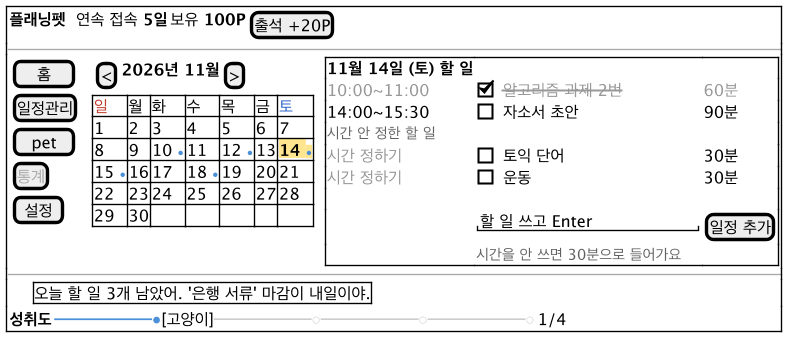
Above: docs/diagrams/ui-main.png in 2026-2-software-system-design-11/planning-pet-app (PlantUML), before the change.
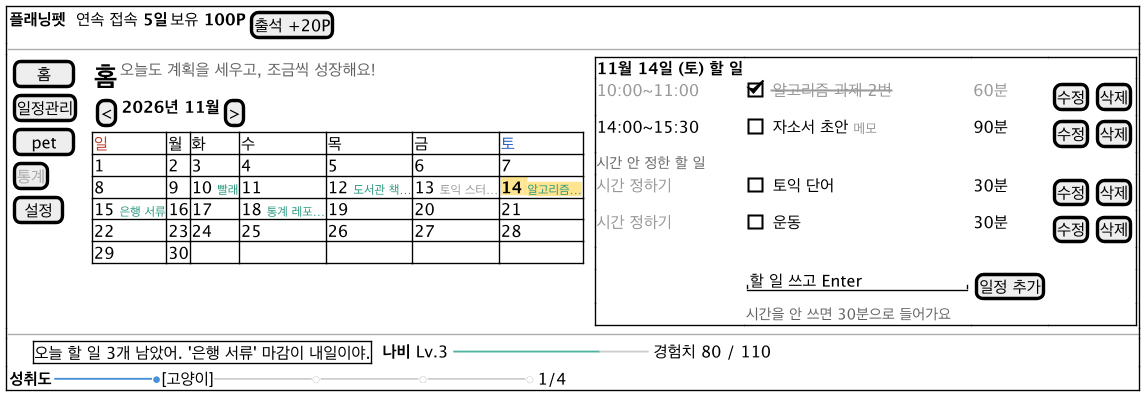
Later version of the same file.

Diff of the diagram source:
```diff
@@ -12,30 +12,31 @@
       [ 설정 ]
     } | . |
     {
+      { <size:20><b>홈</b></size> | <color:#666666>오늘도 계획을 세우고, 조금씩 성장해요!</color> }
       { [<] | <b>2026년 11월</b> | [>] }
       {#
         <color:#C0392B>일 | 월 | 화 | 수 | 목 | 금 | <color:#2E64C8>토
         1  | 2  | 3  | 4  | 5  | 6  | 7
-        8  | 9  | 10 <size:8><color:#4A90D9>●</color></size> | 11 | 12 <size:8><color:#4A90D9>●</color></size> | 13 | <back:#FFE58F><b>14 <size:8><color:#4A90D9>●</color></size></b></back>
-        15 <size:8><color:#4A90D9>●</color></size> | 16 | 17 | 18 <size:8><color:#4A90D9>●</color></size> | 19 | 20 | 21
+        8  | 9  | 10 <size:9><color:#28977F>빨래</color></size> | 11 | 12 <size:9><color:#28977F>도서관 책…</color></size> | 13 <size:9><color:#999999>토익 스터…</color></size> | <back:#FFE58F><b>14</b> <size:9><color:#28977F>알고리즘…</color></size></back>
+        15 <size:9><color:#28977F>은행 서류</color></size> | 16 | 17 | 18 <size:9><color:#28977F>통계 레포…</color></size> | 19 | 20 | 21
         22 | 23 | 24 | 25 | 26 | 27 | 28
         29 | 30 | .  | .  | .  | .  | .
       }
     } | . |
     {+
-      <b>11월 14일 (토) 할 일</b> | . | .
-      <color:#999999>10:00~11:00</color> | [X] <color:#999999><s>알고리즘 과제 2번</s></color> | <color:#999999>60분</color>
-      14:00~15:30 | [ ] 자소서 초안 | 90분
-      <size:11><color:#666666>시간 안 정한 할 일</color></size> | . | .
-      <color:#999999>시간 정하기</color> | [ ] 토익 단어 | 30분
-      <color:#999999>시간 정하기</color> | [ ] 운동 | 30분
-      . | . | .
-      . | "할 일 쓰고 Enter        " | [일정 추가]
-      . | <size:11><color:#666666>시간을 안 쓰면 30분으로 들어가요</color></size> | .
+      <b>11월 14일 (토) 할 일</b> | . | . | .
+      <color:#999999>10:00~11:00</color> | [X] <color:#999999><s>알고리즘 과제 2번</s></color> | <color:#999999>60분</color> | { [수정] | [삭제] }
+      14:00~15:30 | [ ] 자소서 초안 <size:10><color:#999999>메모</color></size> | 90분 | { [수정] | [삭제] }
+      <size:11><color:#666666>시간 안 정한 할 일</color></size> | . | . | .
+      <color:#999999>시간 정하기</color> | [ ] 토익 단어 | 30분 | { [수정] | [삭제] }
+      <color:#999999>시간 정하기</color> | [ ] 운동 | 30분 | { [수정] | [삭제] }
+      . | . | . | .
+      . | "할 일 쓰고 Enter        " | [일정 추가] | .
+      . | <size:11><color:#666666>시간을 안 쓰면 30분으로 들어가요</color></size> | . | .
     }
   }
   --
-  { . | . | . | {+ 오늘 할 일 3개 남았어. '은행 서류' 마감이 내일이야. } }
+  { . | . | . | {+ 오늘 할 일 3개 남았어. '은행 서류' 마감이 내일이야. } | . | <b>나비</b> Lv.3 <color:#4DB4A0>━━━━━━━━━</color><color:#CCCCCC>━━━</color> 경험치 80 / 110 }
   { <b>성취도</b> | <color:#4A90D9>━━━━━━●</color>[고양이]<color:#CCCCCC>━━━━━━○━━━━━━○━━━━━━○</color> | 1/4 }
 }
 @endsalt
```
